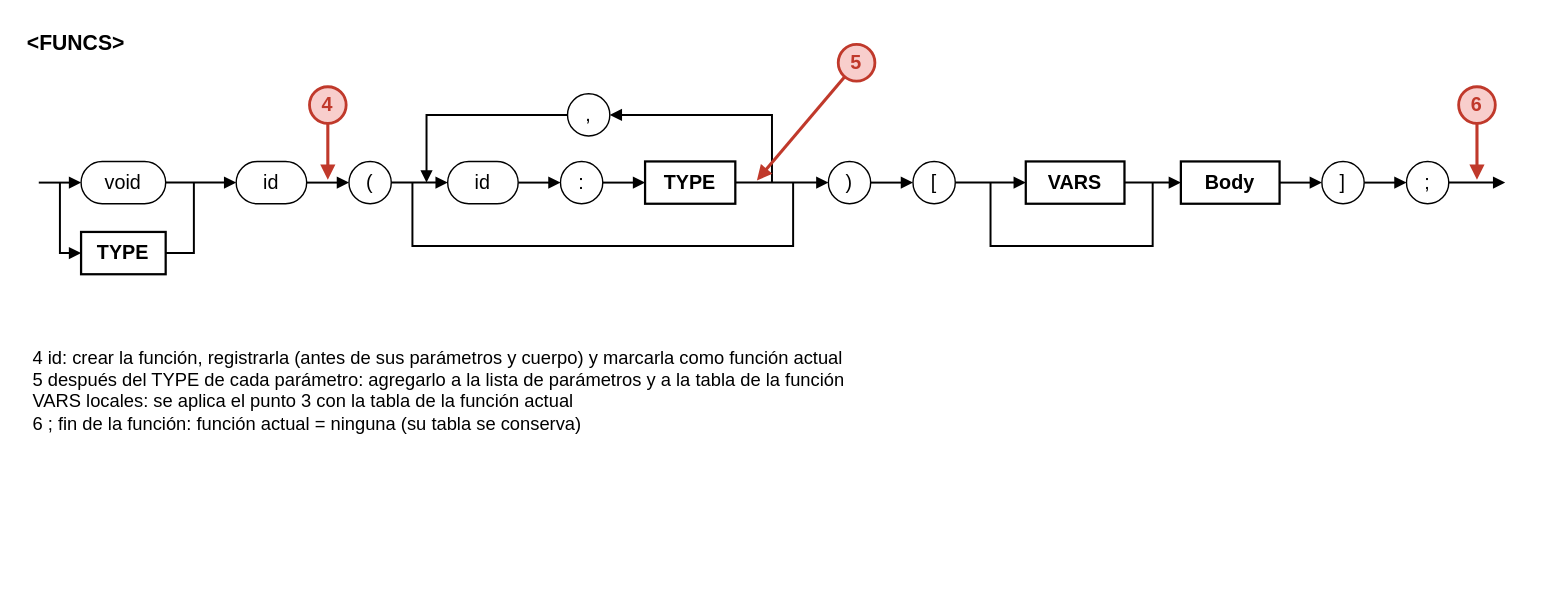
mykrex/compilador keeps this draw.io diagram as page "<FUNCS>" (3 of 14) of docs/diagramas/BabyDuck_puntos_neuralgicos.drawio. Above is the earlier version. Source tidied: cells renumbered, new cells numbered last; positions are measured from the earlier drawing's top-left corner, leaving out a move shared by most shapes. Both pictures are drawn from the tidied source at 141%, with x=0, y=0 at pixel (24, 24).
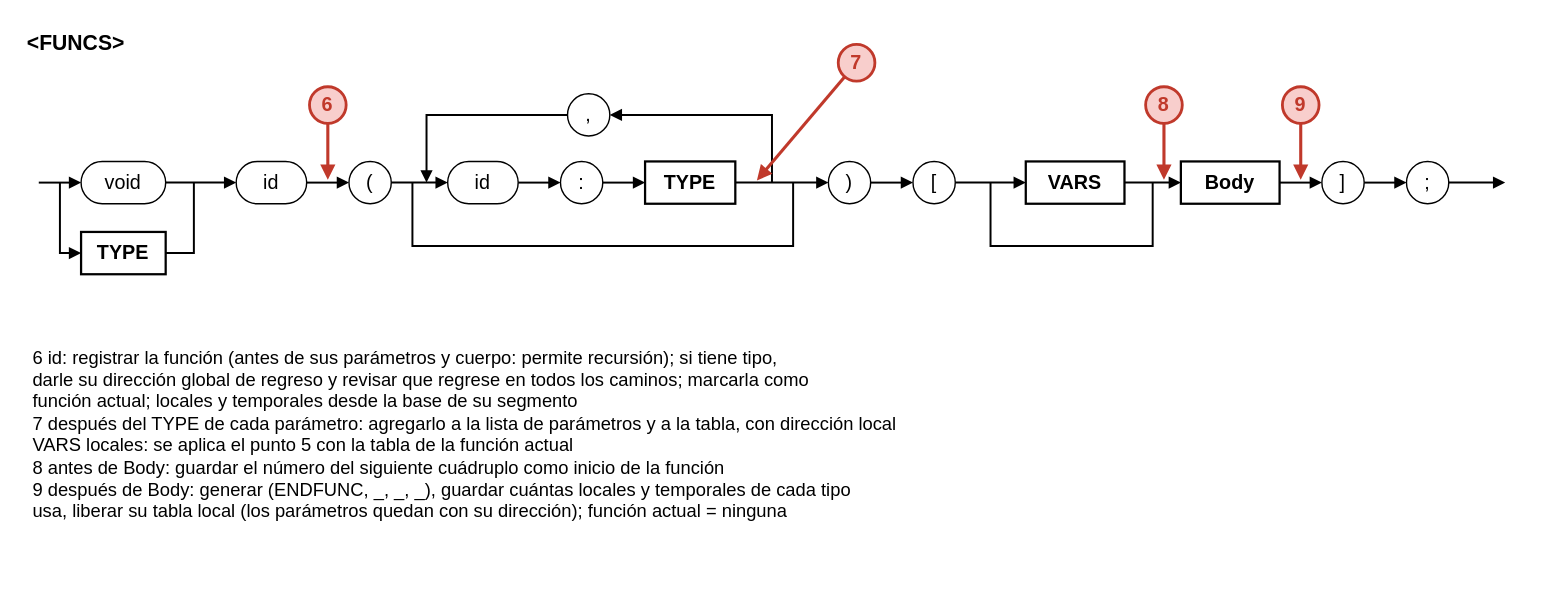
The same page after the edit.

The edit, as a diff of the source:
```diff
@@
-    <mxCell id="37" value="4" style="ellipse;shape=ellipse;perimeter=ellipsePerimeter;whiteSpace=wrap;html=1;fillColor=#F8CECC;strokeColor=#C0392B;strokeWidth=2;fontColor=#C0392B;fontStyle=1;fontSize=14;fontFamily=Arial;" parent="1" vertex="1">
+    <mxCell id="37" value="6" style="ellipse;shape=ellipse;perimeter=ellipsePerimeter;whiteSpace=wrap;html=1;fillColor=#F8CECC;strokeColor=#C0392B;strokeWidth=2;fontColor=#C0392B;fontStyle=1;fontSize=14;fontFamily=Arial;" parent="1" vertex="1">
       <mxGeometry x="202" y="44" width="26" height="26" as="geometry" />
     </mxCell>
@@
-    <mxCell id="39" value="5" style="ellipse;shape=ellipse;perimeter=ellipsePerimeter;whiteSpace=wrap;html=1;fillColor=#F8CECC;strokeColor=#C0392B;strokeWidth=2;fontColor=#C0392B;fontStyle=1;fontSize=14;fontFamily=Arial;" parent="1" vertex="1">
+    <mxCell id="39" value="7" style="ellipse;shape=ellipse;perimeter=ellipsePerimeter;whiteSpace=wrap;html=1;fillColor=#F8CECC;strokeColor=#C0392B;strokeWidth=2;fontColor=#C0392B;fontStyle=1;fontSize=14;fontFamily=Arial;" parent="1" vertex="1">
       <mxGeometry x="577" y="14" width="26" height="26" as="geometry" />
     </mxCell>
     <mxCell id="40" style="endArrow=block;endFill=1;endSize=5;html=1;rounded=0;strokeColor=#C0392B;strokeWidth=2.2;" parent="1" edge="1">
       <mxGeometry relative="1" as="geometry">
-        <mxPoint x="1030" y="70" as="sourcePoint" />
-        <mxPoint x="1030" y="110" as="targetPoint" />
+        <mxPoint x="808" y="70" as="sourcePoint" />
+        <mxPoint x="808" y="110" as="targetPoint" />
       </mxGeometry>
     </mxCell>
-    <mxCell id="41" value="6" style="ellipse;shape=ellipse;perimeter=ellipsePerimeter;whiteSpace=wrap;html=1;fillColor=#F8CECC;strokeColor=#C0392B;strokeWidth=2;fontColor=#C0392B;fontStyle=1;fontSize=14;fontFamily=Arial;" parent="1" vertex="1">
-      <mxGeometry x="1017" y="44" width="26" height="26" as="geometry" />
+    <mxCell id="41" value="8" style="ellipse;shape=ellipse;perimeter=ellipsePerimeter;whiteSpace=wrap;html=1;fillColor=#F8CECC;strokeColor=#C0392B;strokeWidth=2;fontColor=#C0392B;fontStyle=1;fontSize=14;fontFamily=Arial;" parent="1" vertex="1">
+      <mxGeometry x="795" y="44" width="26" height="26" as="geometry" />
     </mxCell>
-    <mxCell id="42" value="4  id: crear la función, registrarla (antes de sus parámetros y cuerpo) y marcarla como función actual&#10;5  después del TYPE de cada parámetro: agregarlo a la lista de parámetros y a la tabla de la función&#10;   VARS locales: se aplica el punto 3 con la tabla de la función actual&#10;6  ;  fin de la función: función actual = ninguna (su tabla se conserva)" style="text;html=0;whiteSpace=wrap;fillColor=none;strokeColor=none;fontColor=#000000;align=left;verticalAlign=top;fontFamily=Arial;fontSize=13;spacingLeft=4;" parent="1" vertex="1">
-      <mxGeometry y="222" width="1070" height="90" as="geometry" />
+    <mxCell id="42" style="endArrow=block;endFill=1;endSize=5;html=1;rounded=0;strokeColor=#C0392B;strokeWidth=2.2;" parent="1" edge="1">
+      <mxGeometry relative="1" as="geometry">
+        <mxPoint x="905" y="70" as="sourcePoint" />
+        <mxPoint x="905" y="110" as="targetPoint" />
+      </mxGeometry>
     </mxCell>
+    <mxCell id="43" value="9" style="ellipse;shape=ellipse;perimeter=ellipsePerimeter;whiteSpace=wrap;html=1;fillColor=#F8CECC;strokeColor=#C0392B;strokeWidth=2;fontColor=#C0392B;fontStyle=1;fontSize=14;fontFamily=Arial;" parent="1" vertex="1">
+      <mxGeometry x="892" y="44" width="26" height="26" as="geometry" />
+    </mxCell>
+    <mxCell id="44" value="6  id: registrar la función (antes de sus parámetros y cuerpo: permite recursión); si tiene tipo,&#10;   darle su dirección global de regreso y revisar que regrese en todos los caminos; marcarla como&#10;   función actual; locales y temporales desde la base de su segmento&#10;7  después del TYPE de cada parámetro: agregarlo a la lista de parámetros y a la tabla, con dirección local&#10;   VARS locales: se aplica el punto 5 con la tabla de la función actual&#10;8  antes de Body: guardar el número del siguiente cuádruplo como inicio de la función&#10;9  después de Body: generar (ENDFUNC, _, _, _), guardar cuántas locales y temporales de cada tipo&#10;   usa, liberar su tabla local (los parámetros quedan con su dirección); función actual = ninguna" style="text;html=0;whiteSpace=wrap;fillColor=none;strokeColor=none;fontColor=#000000;align=left;verticalAlign=top;fontFamily=Arial;fontSize=13;spacingLeft=4;" parent="1" vertex="1">
+      <mxGeometry y="222" width="1070" height="170" as="geometry" />
+    </mxCell>
```
